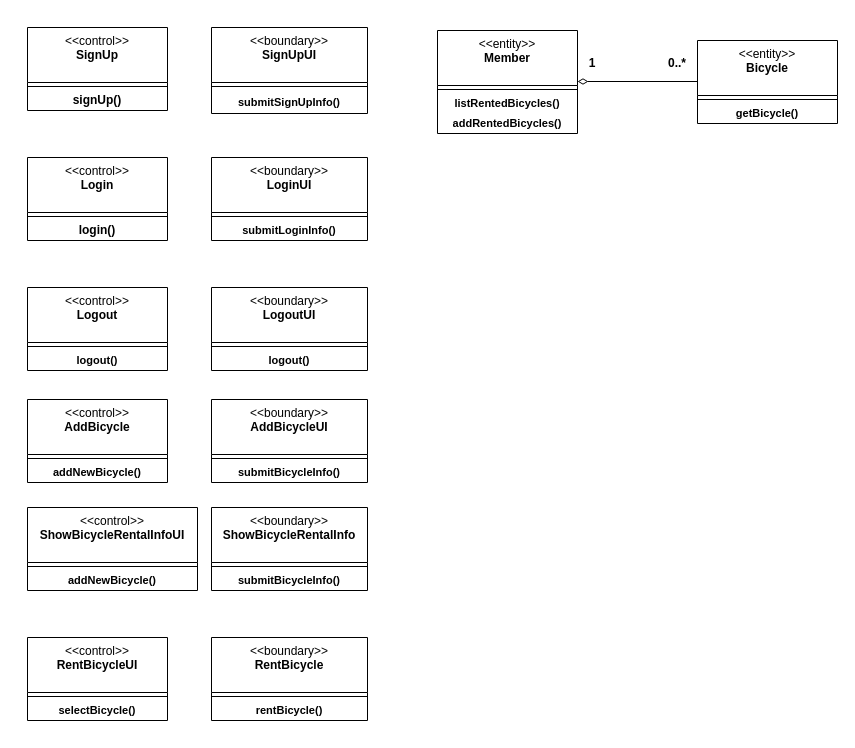
Earlier version of the draw.io diagram HW2-1/analysis class diagram.drawio (hoyun06/2025-hongik-se-hw-2). Source tidied: cells renumbered, new cells numbered last; positions are measured from the earlier drawing's top-left corner, leaving out a move shared by most shapes. Both pictures are drawn from the tidied source at 100%, with x=0, y=0 at pixel (27, 27).
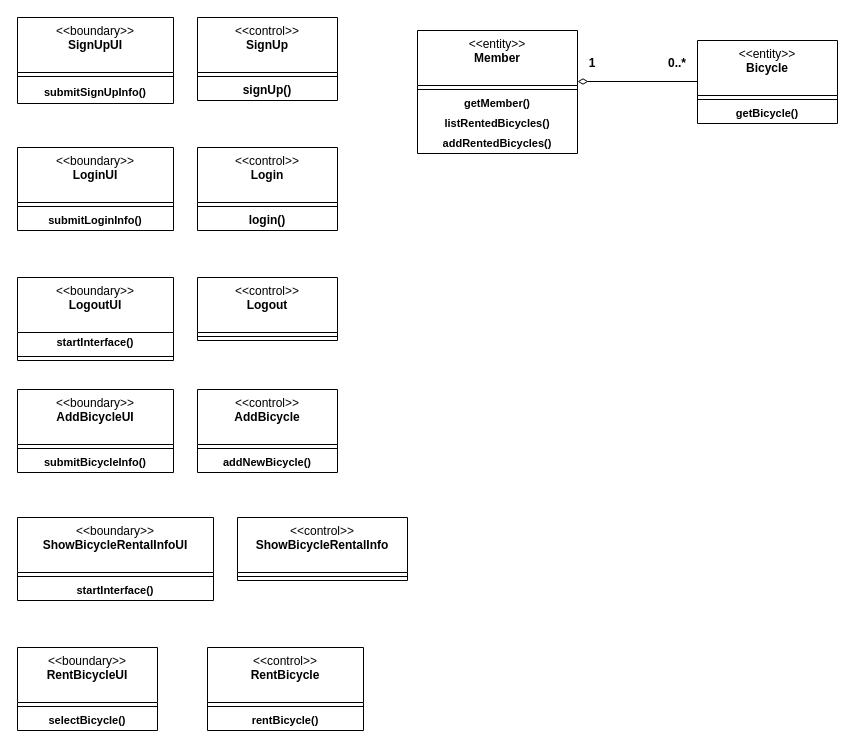
After the change.

Commit message:
[HW2-1] analysis class diagram 수정

Change to the diagram source:
```diff
@@
     <mxCell id="2" value="&amp;lt;&amp;lt;control&amp;gt;&amp;gt;&lt;br&gt;&lt;b&gt;SignUp&lt;/b&gt;" style="swimlane;fontStyle=0;align=center;verticalAlign=top;horizontal=1;startSize=55;html=1;whiteSpace=wrap;" parent="1" vertex="1">
-      <mxGeometry width="140" height="83" as="geometry" />
+      <mxGeometry x="170" y="-10" width="140" height="83" as="geometry" />
     </mxCell>
@@
     <mxCell id="5" value="&amp;lt;&amp;lt;boundary&amp;gt;&amp;gt;&lt;br&gt;&lt;b&gt;SignUpUI&lt;/b&gt;" style="swimlane;fontStyle=0;align=center;verticalAlign=top;horizontal=1;startSize=55;html=1;whiteSpace=wrap;" parent="1" vertex="1">
-      <mxGeometry x="184" width="156" height="86" as="geometry" />
+      <mxGeometry x="-10" y="-10" width="156" height="86" as="geometry" />
     </mxCell>
@@
     <mxCell id="8" value="&amp;lt;&amp;lt;control&amp;gt;&amp;gt;&lt;br&gt;&lt;b&gt;Login&lt;/b&gt;" style="swimlane;fontStyle=0;align=center;verticalAlign=top;horizontal=1;startSize=55;html=1;whiteSpace=wrap;" parent="1" vertex="1">
-      <mxGeometry y="130" width="140" height="83" as="geometry" />
+      <mxGeometry x="170" y="120" width="140" height="83" as="geometry" />
     </mxCell>
@@
     <mxCell id="11" value="&amp;lt;&amp;lt;boundary&amp;gt;&amp;gt;&lt;br&gt;&lt;b&gt;LoginUI&lt;/b&gt;" style="swimlane;fontStyle=0;align=center;verticalAlign=top;horizontal=1;startSize=55;html=1;whiteSpace=wrap;" parent="1" vertex="1">
-      <mxGeometry x="184" y="130" width="156" height="83" as="geometry" />
+      <mxGeometry x="-10" y="120" width="156" height="83" as="geometry" />
     </mxCell>
@@
     <mxCell id="14" value="&amp;lt;&amp;lt;control&amp;gt;&amp;gt;&lt;br&gt;&lt;b&gt;Logout&lt;/b&gt;" style="swimlane;fontStyle=0;align=center;verticalAlign=top;horizontal=1;startSize=55;html=1;whiteSpace=wrap;" parent="1" vertex="1">
-      <mxGeometry y="260" width="140" height="83" as="geometry" />
+      <mxGeometry x="170" y="250" width="140" height="63" as="geometry" />
     </mxCell>
@@
-    <mxCell id="16" value="&lt;b style=&quot;font-size: 11px; text-wrap-mode: nowrap;&quot;&gt;logout()&lt;/b&gt;" style="text;html=1;strokeColor=none;fillColor=none;align=center;verticalAlign=middle;spacingLeft=4;spacingRight=4;overflow=hidden;whiteSpace=wrap;" parent="14" vertex="1">
-      <mxGeometry y="63" width="140" height="20" as="geometry" />
-    </mxCell>
     <mxCell id="17" value="&amp;lt;&amp;lt;boundary&amp;gt;&amp;gt;&lt;br&gt;&lt;b&gt;LogoutUI&lt;/b&gt;" style="swimlane;fontStyle=0;align=center;verticalAlign=top;horizontal=1;startSize=55;html=1;whiteSpace=wrap;" parent="1" vertex="1">
-      <mxGeometry x="184" y="260" width="156" height="83" as="geometry" />
+      <mxGeometry x="-10" y="250" width="156" height="83" as="geometry" />
     </mxCell>
+    <mxCell id="48" value="&lt;b style=&quot;font-size: 11px; text-wrap-mode: nowrap;&quot;&gt;startInterface()&lt;/b&gt;" style="text;html=1;strokeColor=none;fillColor=none;align=center;verticalAlign=middle;spacingLeft=4;spacingRight=4;overflow=hidden;whiteSpace=wrap;" parent="17" vertex="1">
+      <mxGeometry y="55" width="156" height="20" as="geometry" />
+    </mxCell>
     <mxCell id="18" style="line;strokeWidth=1;fillColor=none;align=left;verticalAlign=middle;spacingTop=-1;spacingLeft=3;spacingRight=3;labelPosition=right;" parent="17" vertex="1">
-      <mxGeometry y="55" width="156" height="8" as="geometry" />
+      <mxGeometry y="75" width="156" height="8" as="geometry" />
     </mxCell>
-    <mxCell id="19" value="&lt;b style=&quot;font-size: 11px; text-wrap-mode: nowrap;&quot;&gt;logout()&lt;/b&gt;" style="text;html=1;strokeColor=none;fillColor=none;align=center;verticalAlign=middle;spacingLeft=4;spacingRight=4;overflow=hidden;whiteSpace=wrap;" parent="17" vertex="1">
-      <mxGeometry y="63" width="156" height="20" as="geometry" />
-    </mxCell>
     <mxCell id="20" value="&amp;lt;&amp;lt;control&amp;gt;&amp;gt;&lt;br&gt;&lt;b&gt;AddBicycle&lt;/b&gt;" style="swimlane;fontStyle=0;align=center;verticalAlign=top;horizontal=1;startSize=55;html=1;whiteSpace=wrap;" parent="1" vertex="1">
-      <mxGeometry y="372" width="140" height="83" as="geometry" />
+      <mxGeometry x="170" y="362" width="140" height="83" as="geometry" />
     </mxCell>
@@
     <mxCell id="23" value="&amp;lt;&amp;lt;boundary&amp;gt;&amp;gt;&lt;br&gt;&lt;b&gt;AddBicycleUI&lt;/b&gt;" style="swimlane;fontStyle=0;align=center;verticalAlign=top;horizontal=1;startSize=55;html=1;whiteSpace=wrap;" parent="1" vertex="1">
-      <mxGeometry x="184" y="372" width="156" height="83" as="geometry" />
+      <mxGeometry x="-10" y="362" width="156" height="83" as="geometry" />
     </mxCell>
@@
-    <mxCell id="26" value="&amp;lt;&amp;lt;control&amp;gt;&amp;gt;&lt;br&gt;&lt;b&gt;ShowBicycleRentalInfoUI&lt;/b&gt;" style="swimlane;fontStyle=0;align=center;verticalAlign=top;horizontal=1;startSize=55;html=1;whiteSpace=wrap;" parent="1" vertex="1">
-      <mxGeometry y="480" width="170" height="83" as="geometry" />
+    <mxCell id="26" value="&amp;lt;&amp;lt;control&amp;gt;&amp;gt;&lt;br&gt;&lt;b&gt;ShowBicycleRentalInfo&lt;/b&gt;" style="swimlane;fontStyle=0;align=center;verticalAlign=top;horizontal=1;startSize=55;html=1;whiteSpace=wrap;" parent="1" vertex="1">
+      <mxGeometry x="210" y="490" width="170" height="63" as="geometry" />
     </mxCell>
@@
-    <mxCell id="28" value="&lt;b style=&quot;font-size: 11px; text-wrap-mode: nowrap;&quot;&gt;addNewBicycle()&lt;/b&gt;" style="text;html=1;strokeColor=none;fillColor=none;align=center;verticalAlign=middle;spacingLeft=4;spacingRight=4;overflow=hidden;whiteSpace=wrap;" parent="26" vertex="1">
-      <mxGeometry y="63" width="170" height="20" as="geometry" />
-    </mxCell>
-    <mxCell id="29" value="&amp;lt;&amp;lt;boundary&amp;gt;&amp;gt;&lt;br&gt;&lt;b&gt;ShowBicycleRentalInfo&lt;/b&gt;" style="swimlane;fontStyle=0;align=center;verticalAlign=top;horizontal=1;startSize=55;html=1;whiteSpace=wrap;" parent="1" vertex="1">
-      <mxGeometry x="184" y="480" width="156" height="83" as="geometry" />
+    <mxCell id="29" value="&amp;lt;&amp;lt;boundary&amp;gt;&amp;gt;&lt;br&gt;&lt;b&gt;ShowBicycleRentalInfoUI&lt;/b&gt;" style="swimlane;fontStyle=0;align=center;verticalAlign=top;horizontal=1;startSize=55;html=1;whiteSpace=wrap;" parent="1" vertex="1">
+      <mxGeometry x="-10" y="490" width="196" height="83" as="geometry" />
     </mxCell>
     <mxCell id="30" style="line;strokeWidth=1;fillColor=none;align=left;verticalAlign=middle;spacingTop=-1;spacingLeft=3;spacingRight=3;labelPosition=right;" parent="29" vertex="1">
-      <mxGeometry y="55" width="156" height="8" as="geometry" />
+      <mxGeometry y="55" width="196" height="8" as="geometry" />
     </mxCell>
-    <mxCell id="31" value="&lt;b style=&quot;font-size: 11px; text-wrap-mode: nowrap;&quot;&gt;submitBicycleInfo()&lt;/b&gt;" style="text;html=1;strokeColor=none;fillColor=none;align=center;verticalAlign=middle;spacingLeft=4;spacingRight=4;overflow=hidden;whiteSpace=wrap;" parent="29" vertex="1">
-      <mxGeometry y="63" width="156" height="20" as="geometry" />
+    <mxCell id="31" value="&lt;b style=&quot;font-size: 11px; text-wrap-mode: nowrap;&quot;&gt;startInterface()&lt;/b&gt;" style="text;html=1;strokeColor=none;fillColor=none;align=center;verticalAlign=middle;spacingLeft=4;spacingRight=4;overflow=hidden;whiteSpace=wrap;" parent="29" vertex="1">
+      <mxGeometry y="63" width="196" height="20" as="geometry" />
     </mxCell>
-    <mxCell id="32" value="&amp;lt;&amp;lt;control&amp;gt;&amp;gt;&lt;br&gt;&lt;b&gt;RentBicycleUI&lt;/b&gt;" style="swimlane;fontStyle=0;align=center;verticalAlign=top;horizontal=1;startSize=55;html=1;whiteSpace=wrap;" parent="1" vertex="1">
-      <mxGeometry y="610" width="140" height="83" as="geometry" />
+    <mxCell id="32" value="&amp;lt;&amp;lt;boundary&amp;gt;&amp;gt;&lt;br&gt;&lt;b&gt;RentBicycleUI&lt;/b&gt;" style="swimlane;fontStyle=0;align=center;verticalAlign=top;horizontal=1;startSize=55;html=1;whiteSpace=wrap;" parent="1" vertex="1">
+      <mxGeometry x="-10" y="620" width="140" height="83" as="geometry" />
     </mxCell>
@@
-    <mxCell id="35" value="&amp;lt;&amp;lt;boundary&amp;gt;&amp;gt;&lt;br&gt;&lt;b&gt;RentBicycle&lt;/b&gt;" style="swimlane;fontStyle=0;align=center;verticalAlign=top;horizontal=1;startSize=55;html=1;whiteSpace=wrap;" parent="1" vertex="1">
-      <mxGeometry x="184" y="610" width="156" height="83" as="geometry" />
+    <mxCell id="35" value="&amp;lt;&amp;lt;control&amp;gt;&amp;gt;&lt;br&gt;&lt;b&gt;RentBicycle&lt;/b&gt;" style="swimlane;fontStyle=0;align=center;verticalAlign=top;horizontal=1;startSize=55;html=1;whiteSpace=wrap;" parent="1" vertex="1">
+      <mxGeometry x="180" y="620" width="156" height="83" as="geometry" />
     </mxCell>
@@
     <mxCell id="41" value="&amp;lt;&amp;lt;entity&amp;gt;&amp;gt;&lt;br&gt;&lt;b&gt;Member&lt;/b&gt;" style="swimlane;fontStyle=0;align=center;verticalAlign=top;horizontal=1;startSize=55;html=1;whiteSpace=wrap;" parent="1" vertex="1">
-      <mxGeometry x="410" y="3" width="140" height="103" as="geometry" />
+      <mxGeometry x="390" y="3" width="160" height="123" as="geometry" />
     </mxCell>
     <mxCell id="42" style="line;strokeWidth=1;fillColor=none;align=left;verticalAlign=middle;spacingTop=-1;spacingLeft=3;spacingRight=3;labelPosition=right;" parent="41" vertex="1">
-      <mxGeometry y="55" width="140" height="8" as="geometry" />
+      <mxGeometry y="55" width="160" height="8" as="geometry" />
     </mxCell>
+    <mxCell id="49" value="&lt;b style=&quot;font-size: 11px; text-wrap-mode: nowrap;&quot;&gt;getMember()&lt;/b&gt;" style="text;html=1;strokeColor=none;fillColor=none;align=center;verticalAlign=middle;spacingLeft=4;spacingRight=4;overflow=hidden;whiteSpace=wrap;" parent="41" vertex="1">
+      <mxGeometry y="63" width="160" height="20" as="geometry" />
+    </mxCell>
     <mxCell id="43" value="&lt;b style=&quot;font-size: 11px; text-wrap-mode: nowrap;&quot;&gt;listRentedBicycles()&lt;/b&gt;" style="text;html=1;strokeColor=none;fillColor=none;align=center;verticalAlign=middle;spacingLeft=4;spacingRight=4;overflow=hidden;whiteSpace=wrap;" parent="41" vertex="1">
-      <mxGeometry y="63" width="140" height="20" as="geometry" />
+      <mxGeometry y="83" width="160" height="20" as="geometry" />
     </mxCell>
     <mxCell id="44" value="&lt;b style=&quot;font-size: 11px; text-wrap-mode: nowrap;&quot;&gt;addRentedBicycles()&lt;/b&gt;" style="text;html=1;strokeColor=none;fillColor=none;align=center;verticalAlign=middle;spacingLeft=4;spacingRight=4;overflow=hidden;whiteSpace=wrap;" parent="41" vertex="1">
-      <mxGeometry y="83" width="140" height="20" as="geometry" />
+      <mxGeometry y="103" width="160" height="20" as="geometry" />
     </mxCell>
```
